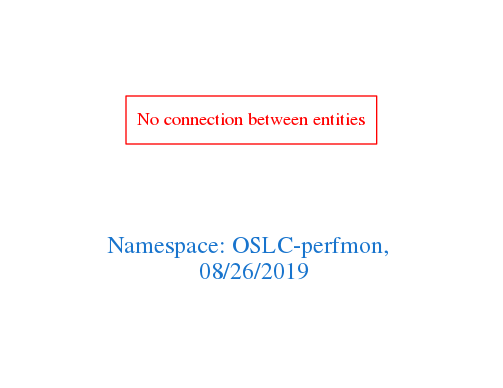
Earlier version of the Graphviz export downloads/OSLC-perfmon.png (arago/OGIT). Its source is kept beside it as downloads/OSLC-perfmon.dot.
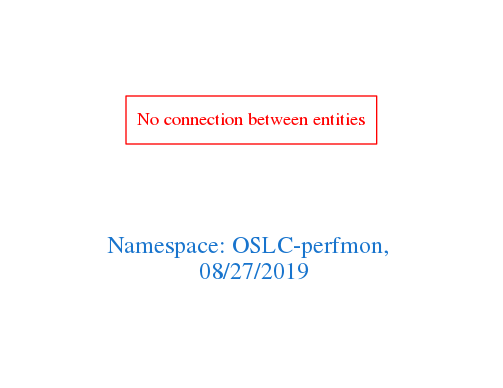
Later version of the same file.

The edit, as a diff of the source:
```diff
@@ -1,7 +1,7 @@
 digraph OGIT_ontology {
  graph [ rankdir= LR,pad=1
 fontsize = 18,
-fontcolor= dodgerblue3,label = "\n\n\nNamespace: OSLC-perfmon, \n 08/26/2019"];
+fontcolor= dodgerblue3,label = "\n\n\nNamespace: OSLC-perfmon, \n 08/27/2019"];
 node[shape=polygon];
 edge [  color="gray81"];
 
```
